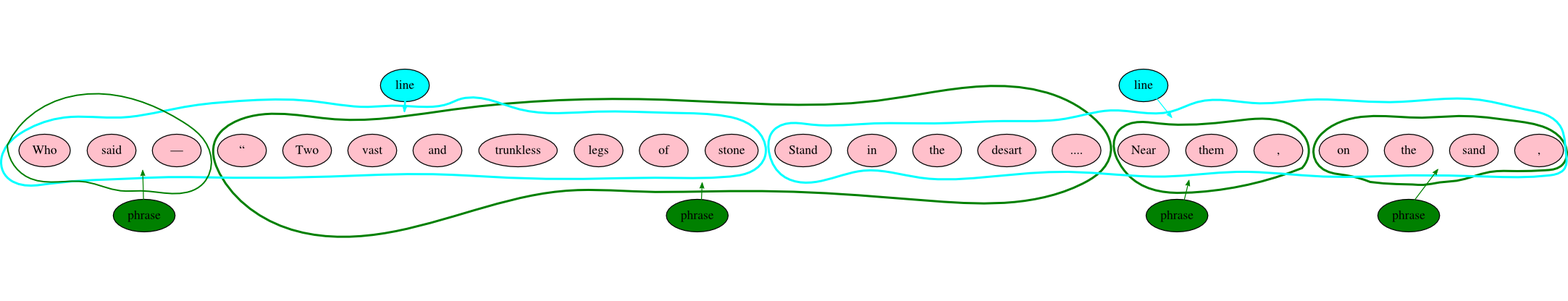
The Graphviz diagram Balisage-1-3-xsl/ozymandius_hypergraph.png in djbpitt/balisage_2017, before a commit. Its source is kept beside it as Balisage-1-3-xsl/ozymandius_hypergraph.dot.
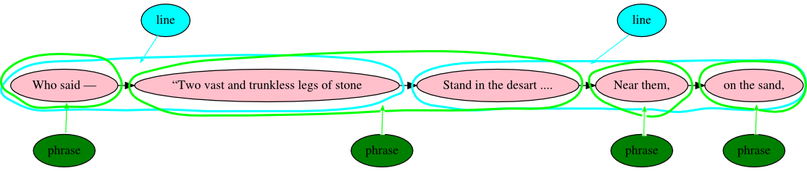
After the change.

Commit message:
revised overlap section, redid hypergraph image

The edit, as a diff of the source:
```diff
@@ -1,102 +1,35 @@
 digraph G {
-	subgraph {
-		node[rank=max, fillcolor=cyan, style=filled];
-		lines;
+	{ node [rank=max, fillcolor=cyan, style=filled];
 		line1[label=line];
 		line2[label=line];
 	}
-	{	edge [style=invis];
-		lines -> line1;
-		lines -> line2;
+	{ node [rank=same, fillcolor=pink, style=filled];
+		node1[label="Who said — "];
+		node2[label="“Two vast and trunkless legs of stone"];
+		node3[label="Stand in the desart ...."];
+		node4[label="Near them,"];
+		node5[label="on the sand,"];
 	}
-	{
-		node [rank=same, fillcolor=pink style=filled];
-			Who[label=Who];
-			said[label=said];
-			dash[label="—"];
-			open_quote[label="“"];
-			Two[label=Two];
-			vast[label=vast];
-			and[label=and];
-			trunkless[label=trunkless];
-			legs[label=legs];
-			of[label=of];
-			stone[label=stone];
-			Stand[label=Stand];
-			in[label=in];
-			the[label=the];
-			desart[label=desart];
-			ellipsis[label="...."];
-			Near[label=Near];
-			them[label=them]
-			comma[label=","];
-			on[label=on];
-			the1[label=the];
-			sand[label=sand]
-			comma1[label=","]
-		}
-	{ node [style=filled fillcolor=green]; phrase; phrase0; phrase1; phrase2;}
 	{ edge [style=invis];
-		line1 -> Who;
-		line1 -> said;
-		line1 -> dash;
-		line1 -> open_quote;
-		line1 -> Two;
-		line1 -> vast;
-		line1 -> and;
-		line1 -> trunkless;
-		line1 -> legs;
-		line1 -> of;
-		line1 -> stone;
-		line2 -> Stand;
-		line2 -> in;
-		line2 -> the;
-		line2 -> desart;
-		line2 -> ellipsis;
-		line2 -> Near;
-		line2 -> them;
-		line2 -> comma;
-		line2 -> on;
-		line2 -> the1;
-		line2 -> sand;
-		line2 -> comma1;
+		line1 -> node1;
+		line1 -> node2;
+		line2 -> node3;
+		line2 -> node4;
+		line2 -> node5;
 	}
-	{ rank=sink; node[style=filled, fillcolor=green]; phrases }
-	{
-		phrase;
-		phrase0[label=phrase];
+	{ edge [constraint=false] ;
+		node1 -> node2 -> node3 -> node4 -> node5;}
+	{ node [rank=sink, style=filled, fillcolor=green];
 		phrase1[label=phrase];
 		phrase2[label=phrase];
+		phrase3[label=phrase];
+		phrase4[label=phrase];
 	}
 	{ edge [style=invis];
-		phrase -> phrases;
-		phrase0 -> phrases;
-		phrase1 -> phrases;
-		phrase2 -> phrases;
-	}
-	{ edge [style=invis];
-		open_quote -> phrase;
-		Two -> phrase;
-		vast -> phrase;
-		and -> phrase;
-		trunkless -> phrase;
-		legs -> phrase;
-		of -> phrase;
-		stone -> phrase;
-		Stand -> phrase;
-		in -> phrase;
-		the -> phrase;
-		desart -> phrase;
-		ellipsis -> phrase;
-		Who -> phrase0;
-		said -> phrase0;
-		dash -> phrase0;
-		Near -> phrase1;
-		them -> phrase1;
-		comma -> phrase1;
-		on -> phrase2;
-		the1 -> phrase2;
-		sand -> phrase2;
-		comma1 -> phrase2;
+		node1 -> phrase1;
+		node2 -> phrase2;
+		node3 -> phrase2;
+		node4 -> phrase3;
+		node5 -> phrase4;
 	}
 }
```
